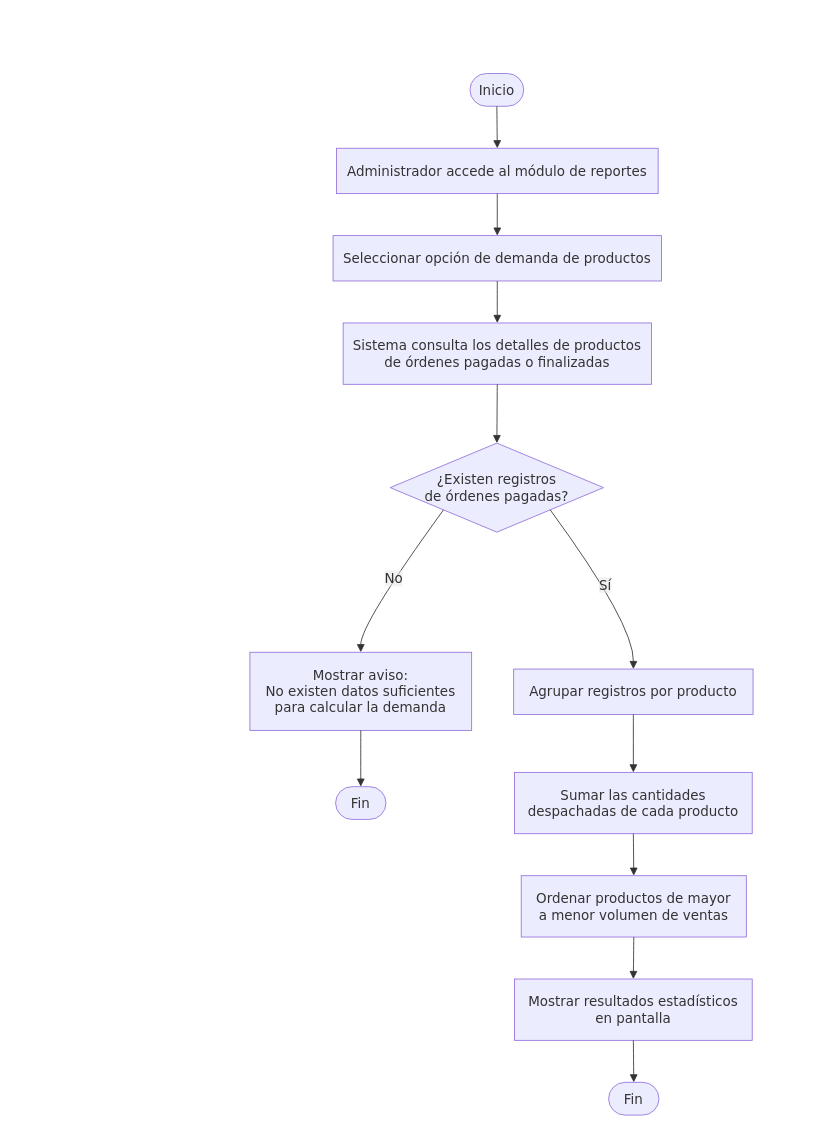
Above: page "RF12" (12 of 14) of documentacion/Diagramas/Diagramas Casos de Uso.drawio in CanelaFeliz/ProyectoPPI115 (draw.io), before the change. Source tidied: cells renumbered, new cells numbered last; positions are measured from the earlier drawing's top-left corner, leaving out a move shared by most shapes. Both pictures are drawn from the tidied source at 84%, with x=0, y=0 at pixel (14, 14).
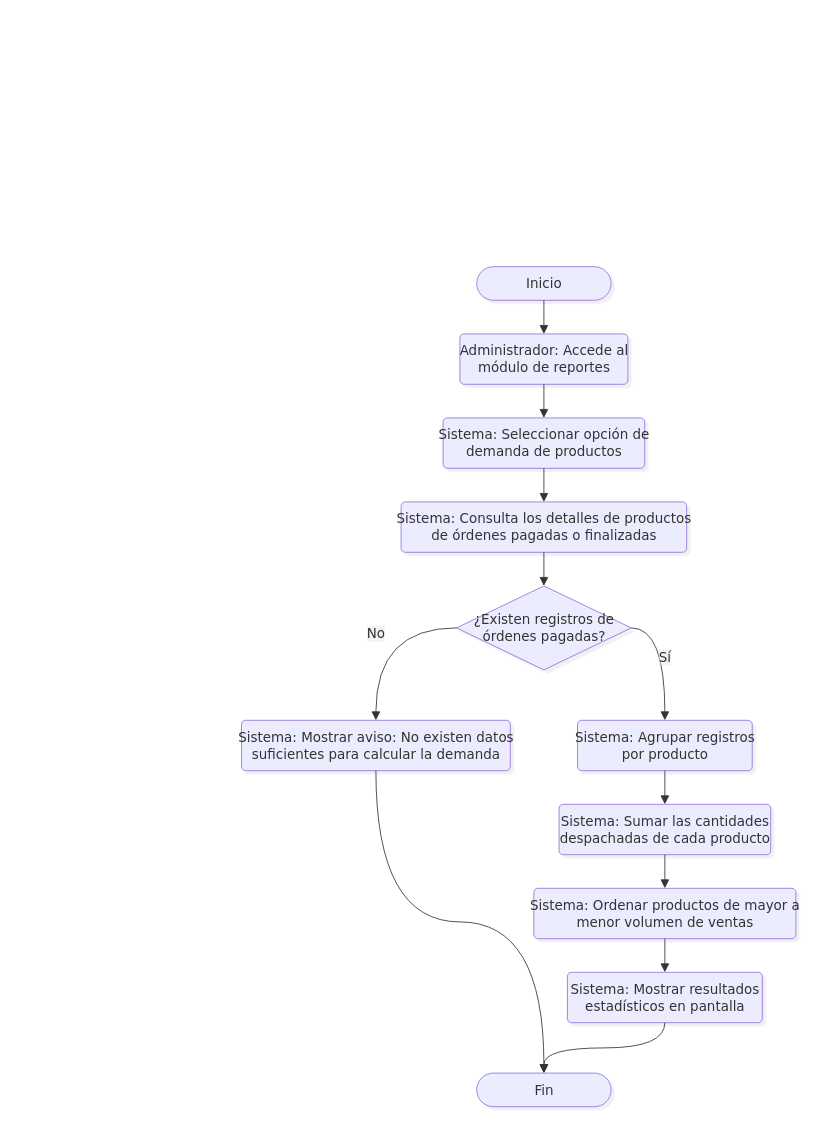
Above is the later version.

Unchanged cells that the change refers to:
```xml
<mxCell id="2" style="group;transparentBounds=1;editIcon=1;lockedGroup=0;groupPadding=10;" parent="1" vertex="1">
  <mxGeometry as="geometry" />
</mxCell>
```

What changed in the source:
```diff
@@
-    <mxCell id="3" value="Inicio" style="html=1;rounded=1;whiteSpace=wrap;arcSize=50;strokeWidth=1;fillColor=light-dark(#ECECFF,#1f2020);strokeColor=light-dark(#9370DB,#cccccc);fontColor=light-dark(#333333,#cccccc);fontFamily=Trebuchet MS,Verdana,Arial,sans-serif;fontSize=16;" parent="2" vertex="1">
-      <mxGeometry x="542" y="70" width="64" height="39" as="geometry" />
+    <mxCell id="3" value="Inicio" style="html=1;rounded=1;arcSize=50;strokeWidth=1;fillColor=light-dark(#ECECFF,#1f2020);strokeColor=light-dark(#9370DB,#cccccc);fontColor=light-dark(#333333,#cccccc);fontFamily=Trebuchet MS,Verdana,Arial,sans-serif;fontSize=16;shadow=1;shadowColor=#000000;shadowOffsetX=4;shadowOffsetY=4;shadowBlur=0;shadowOpacity=6;" parent="2" vertex="1">
+      <mxGeometry x="550" y="300" width="160" height="40" as="geometry" />
     </mxCell>
-    <mxCell id="4" value="Administrador accede al módulo de reportes" style="html=1;whiteSpace=wrap;strokeWidth=1;fillColor=light-dark(#ECECFF,#1f2020);strokeColor=light-dark(#9370DB,#cccccc);fontColor=light-dark(#333333,#cccccc);fontFamily=Trebuchet MS,Verdana,Arial,sans-serif;fontSize=16;" parent="2" vertex="1">
-      <mxGeometry x="383" y="159" width="383" height="54" as="geometry" />
-    </mxCell>
-    <mxCell id="5" value="Seleccionar opción de demanda de productos" style="html=1;whiteSpace=wrap;strokeWidth=1;fillColor=light-dark(#ECECFF,#1f2020);strokeColor=light-dark(#9370DB,#cccccc);fontColor=light-dark(#333333,#cccccc);fontFamily=Trebuchet MS,Verdana,Arial,sans-serif;fontSize=16;" parent="2" vertex="1">
-      <mxGeometry x="379" y="263" width="391" height="54" as="geometry" />
-    </mxCell>
-    <mxCell id="6" value="Sistema consulta los detalles de productos&#10;de órdenes pagadas o finalizadas" style="html=1;whiteSpace=wrap;strokeWidth=1;fillColor=light-dark(#ECECFF,#1f2020);strokeColor=light-dark(#9370DB,#cccccc);fontColor=light-dark(#333333,#cccccc);fontFamily=Trebuchet MS,Verdana,Arial,sans-serif;fontSize=16;" parent="2" vertex="1">
-      <mxGeometry x="391" y="367" width="367" height="73" as="geometry" />
-    </mxCell>
+    <mxCell id="26" value="Administrador: Accede al&lt;br&gt;módulo de reportes" style="rounded=1;absoluteArcSize=1;arcSize=10;html=1;strokeWidth=1;fillColor=light-dark(#ECECFF,#1f2020);strokeColor=light-dark(#9370DB,#cccccc);fontColor=light-dark(#333333,#cccccc);fontFamily=Trebuchet MS,Verdana,Arial,sans-serif;fontSize=16;shadow=1;shadowColor=#000000;shadowOffsetX=4;shadowOffsetY=4;shadowBlur=0;shadowOpacity=6;labelWidth=120;" parent="2" vertex="1">
+      <mxGeometry x="530" y="380" width="200" height="60" as="geometry" />
+    </mxCell>
+    <mxCell id="27" value="Sistema: Seleccionar opción de&lt;br&gt;demanda de productos" style="rounded=1;absoluteArcSize=1;arcSize=10;html=1;strokeWidth=1;fillColor=light-dark(#ECECFF,#1f2020);strokeColor=light-dark(#9370DB,#cccccc);fontColor=light-dark(#333333,#cccccc);fontFamily=Trebuchet MS,Verdana,Arial,sans-serif;fontSize=16;shadow=1;shadowColor=#000000;shadowOffsetX=4;shadowOffsetY=4;shadowBlur=0;shadowOpacity=6;labelWidth=120;" parent="2" vertex="1">
+      <mxGeometry x="510" y="480" width="240" height="60" as="geometry" />
+    </mxCell>
+    <mxCell id="28" value="Sistema: Consulta los detalles de productos&lt;br&gt;de órdenes pagadas o finalizadas" style="rounded=1;absoluteArcSize=1;arcSize=10;html=1;strokeWidth=1;fillColor=light-dark(#ECECFF,#1f2020);strokeColor=light-dark(#9370DB,#cccccc);fontColor=light-dark(#333333,#cccccc);fontFamily=Trebuchet MS,Verdana,Arial,sans-serif;fontSize=16;shadow=1;shadowColor=#000000;shadowOffsetX=4;shadowOffsetY=4;shadowBlur=0;shadowOpacity=6;labelWidth=120;" parent="2" vertex="1">
+      <mxGeometry x="460" y="580" width="340" height="60" as="geometry" />
+    </mxCell>
-    <mxCell id="7" value="¿Existen registros&#10;de órdenes pagadas?" style="rhombus;html=1;strokeWidth=1;whiteSpace=wrap;fillColor=light-dark(#ECECFF,#1f2020);strokeColor=light-dark(#9370DB,#cccccc);fontColor=light-dark(#333333,#cccccc);fontFamily=Trebuchet MS,Verdana,Arial,sans-serif;fontSize=16;" parent="2" vertex="1">
-      <mxGeometry x="447" y="510" width="254" height="106" as="geometry" />
+    <mxCell id="7" value="¿Existen registros de&lt;br&gt;órdenes pagadas?" style="rhombus;html=1;strokeWidth=1;fillColor=light-dark(#ECECFF,#1f2020);strokeColor=light-dark(#9370DB,#cccccc);fontColor=light-dark(#333333,#cccccc);fontFamily=Trebuchet MS,Verdana,Arial,sans-serif;fontSize=16;shadow=1;shadowColor=#000000;shadowOffsetX=4;shadowOffsetY=4;shadowBlur=0;shadowOpacity=6;labelWidth=120;" parent="2" vertex="1">
+      <mxGeometry x="526" y="680" width="208" height="100" as="geometry" />
     </mxCell>
-    <mxCell id="8" value="Mostrar aviso:&#10;No existen datos suficientes&#10;para calcular la demanda" style="html=1;whiteSpace=wrap;strokeWidth=1;fillColor=light-dark(#ECECFF,#1f2020);strokeColor=light-dark(#9370DB,#cccccc);fontColor=light-dark(#333333,#cccccc);fontFamily=Trebuchet MS,Verdana,Arial,sans-serif;fontSize=16;" parent="2" vertex="1">
-      <mxGeometry x="280" y="759" width="264" height="93" as="geometry" />
-    </mxCell>
-    <mxCell id="9" value="Fin" style="html=1;rounded=1;whiteSpace=wrap;arcSize=50;strokeWidth=1;fillColor=light-dark(#ECECFF,#1f2020);strokeColor=light-dark(#9370DB,#cccccc);fontColor=light-dark(#333333,#cccccc);fontFamily=Trebuchet MS,Verdana,Arial,sans-serif;fontSize=16;" parent="2" vertex="1">
-      <mxGeometry x="382" y="919" width="60" height="39" as="geometry" />
-    </mxCell>
-    <mxCell id="10" value="Agrupar registros por producto" style="html=1;whiteSpace=wrap;strokeWidth=1;fillColor=light-dark(#ECECFF,#1f2020);strokeColor=light-dark(#9370DB,#cccccc);fontColor=light-dark(#333333,#cccccc);fontFamily=Trebuchet MS,Verdana,Arial,sans-serif;fontSize=16;" parent="2" vertex="1">
-      <mxGeometry x="594" y="779" width="285" height="54" as="geometry" />
-    </mxCell>
-    <mxCell id="11" value="Sumar las cantidades&#10;despachadas de cada producto" style="html=1;whiteSpace=wrap;strokeWidth=1;fillColor=light-dark(#ECECFF,#1f2020);strokeColor=light-dark(#9370DB,#cccccc);fontColor=light-dark(#333333,#cccccc);fontFamily=Trebuchet MS,Verdana,Arial,sans-serif;fontSize=16;" parent="2" vertex="1">
-      <mxGeometry x="595" y="902" width="283" height="73" as="geometry" />
-    </mxCell>
-    <mxCell id="12" value="Ordenar productos de mayor&#10;a menor volumen de ventas" style="html=1;whiteSpace=wrap;strokeWidth=1;fillColor=light-dark(#ECECFF,#1f2020);strokeColor=light-dark(#9370DB,#cccccc);fontColor=light-dark(#333333,#cccccc);fontFamily=Trebuchet MS,Verdana,Arial,sans-serif;fontSize=16;" parent="2" vertex="1">
-      <mxGeometry x="603" y="1025" width="268" height="73" as="geometry" />
-    </mxCell>
-    <mxCell id="13" value="Mostrar resultados estadísticos&#10;en pantalla" style="html=1;whiteSpace=wrap;strokeWidth=1;fillColor=light-dark(#ECECFF,#1f2020);strokeColor=light-dark(#9370DB,#cccccc);fontColor=light-dark(#333333,#cccccc);fontFamily=Trebuchet MS,Verdana,Arial,sans-serif;fontSize=16;" parent="2" vertex="1">
-      <mxGeometry x="595" y="1148" width="283" height="73" as="geometry" />
-    </mxCell>
-    <mxCell id="14" value="Fin" style="html=1;rounded=1;whiteSpace=wrap;arcSize=50;strokeWidth=1;fillColor=light-dark(#ECECFF,#1f2020);strokeColor=light-dark(#9370DB,#cccccc);fontColor=light-dark(#333333,#cccccc);fontFamily=Trebuchet MS,Verdana,Arial,sans-serif;fontSize=16;" parent="2" vertex="1">
-      <mxGeometry x="707" y="1271" width="60" height="39" as="geometry" />
-    </mxCell>
-    <mxCell id="15" style="curved=1;startArrow=none;endArrow=block;endSize=7;strokeColor=light-dark(#333333,#cccccc);exitX=0.5;exitY=1;entryX=0.5;entryY=0;rounded=0;" parent="2" edge="1" source="3" target="4">
-      <mxGeometry relative="1" as="geometry" />
-    </mxCell>
-    <mxCell id="16" style="curved=1;startArrow=none;endArrow=block;endSize=7;strokeColor=light-dark(#333333,#cccccc);exitX=0.5;exitY=1;entryX=0.5;entryY=0;rounded=0;" parent="2" edge="1" source="4" target="5">
-      <mxGeometry relative="1" as="geometry" />
-    </mxCell>
-    <mxCell id="17" style="curved=1;startArrow=none;endArrow=block;endSize=7;strokeColor=light-dark(#333333,#cccccc);exitX=0.5;exitY=1;entryX=0.5;entryY=0;rounded=0;" parent="2" edge="1" source="5" target="6">
-      <mxGeometry relative="1" as="geometry" />
-    </mxCell>
-    <mxCell id="18" style="curved=1;startArrow=none;endArrow=block;endSize=7;strokeColor=light-dark(#333333,#cccccc);exitX=0.5;exitY=1;entryX=0.5;entryY=0;rounded=0;" parent="2" edge="1" source="6" target="7">
-      <mxGeometry relative="1" as="geometry" />
-    </mxCell>
+    <mxCell id="29" value="Sistema: Mostrar aviso: No existen datos&lt;br&gt;suficientes para calcular la demanda" style="rounded=1;absoluteArcSize=1;arcSize=10;html=1;strokeWidth=1;fillColor=light-dark(#ECECFF,#1f2020);strokeColor=light-dark(#9370DB,#cccccc);fontColor=light-dark(#333333,#cccccc);fontFamily=Trebuchet MS,Verdana,Arial,sans-serif;fontSize=16;shadow=1;shadowColor=#000000;shadowOffsetX=4;shadowOffsetY=4;shadowBlur=0;shadowOpacity=6;labelWidth=120;" parent="2" vertex="1">
+      <mxGeometry x="270" y="840" width="320" height="60" as="geometry" />
+    </mxCell>
+    <mxCell id="30" value="Fin" style="html=1;rounded=1;arcSize=50;strokeWidth=1;fillColor=light-dark(#ECECFF,#1f2020);strokeColor=light-dark(#9370DB,#cccccc);fontColor=light-dark(#333333,#cccccc);fontFamily=Trebuchet MS,Verdana,Arial,sans-serif;fontSize=16;shadow=1;shadowColor=#000000;shadowOffsetX=4;shadowOffsetY=4;shadowBlur=0;shadowOpacity=6;" parent="2" vertex="1">
+      <mxGeometry x="550" y="1260" width="160" height="40" as="geometry" />
+    </mxCell>
+    <mxCell id="31" value="Sistema: Agrupar registros&lt;br&gt;por producto" style="rounded=1;absoluteArcSize=1;arcSize=10;html=1;strokeWidth=1;fillColor=light-dark(#ECECFF,#1f2020);strokeColor=light-dark(#9370DB,#cccccc);fontColor=light-dark(#333333,#cccccc);fontFamily=Trebuchet MS,Verdana,Arial,sans-serif;fontSize=16;shadow=1;shadowColor=#000000;shadowOffsetX=4;shadowOffsetY=4;shadowBlur=0;shadowOpacity=6;labelWidth=120;" parent="2" vertex="1">
+      <mxGeometry x="670" y="840" width="208" height="60" as="geometry" />
+    </mxCell>
+    <mxCell id="32" value="Sistema: Sumar las cantidades&lt;br&gt;despachadas de cada producto" style="rounded=1;absoluteArcSize=1;arcSize=10;html=1;strokeWidth=1;fillColor=light-dark(#ECECFF,#1f2020);strokeColor=light-dark(#9370DB,#cccccc);fontColor=light-dark(#333333,#cccccc);fontFamily=Trebuchet MS,Verdana,Arial,sans-serif;fontSize=16;shadow=1;shadowColor=#000000;shadowOffsetX=4;shadowOffsetY=4;shadowBlur=0;shadowOpacity=6;labelWidth=120;" parent="2" vertex="1">
+      <mxGeometry x="648" y="940" width="252" height="60" as="geometry" />
+    </mxCell>
+    <mxCell id="33" value="Sistema: Ordenar productos de mayor a&lt;br&gt;menor volumen de ventas" style="rounded=1;absoluteArcSize=1;arcSize=10;html=1;strokeWidth=1;fillColor=light-dark(#ECECFF,#1f2020);strokeColor=light-dark(#9370DB,#cccccc);fontColor=light-dark(#333333,#cccccc);fontFamily=Trebuchet MS,Verdana,Arial,sans-serif;fontSize=16;shadow=1;shadowColor=#000000;shadowOffsetX=4;shadowOffsetY=4;shadowBlur=0;shadowOpacity=6;labelWidth=120;" parent="2" vertex="1">
+      <mxGeometry x="618" y="1040" width="312" height="60" as="geometry" />
+    </mxCell>
+    <mxCell id="34" value="Sistema: Mostrar resultados&lt;br&gt;estadísticos en pantalla" style="rounded=1;absoluteArcSize=1;arcSize=10;html=1;strokeWidth=1;fillColor=light-dark(#ECECFF,#1f2020);strokeColor=light-dark(#9370DB,#cccccc);fontColor=light-dark(#333333,#cccccc);fontFamily=Trebuchet MS,Verdana,Arial,sans-serif;fontSize=16;shadow=1;shadowColor=#000000;shadowOffsetX=4;shadowOffsetY=4;shadowBlur=0;shadowOpacity=6;labelWidth=120;" parent="2" vertex="1">
+      <mxGeometry x="658" y="1140" width="232" height="60" as="geometry" />
+    </mxCell>
+    <mxCell id="35" style="curved=1;startArrow=none;endArrow=block;endSize=8;strokeColor=light-dark(#333333,#cccccc);exitX=0.5;exitY=1;entryX=0.5;entryY=0;targetPerimeterSpacing=4;rounded=0;" parent="2" edge="1" source="3" target="26">
+      <mxGeometry relative="1" as="geometry" />
+    </mxCell>
+    <mxCell id="36" style="curved=1;startArrow=none;endArrow=block;endSize=8;strokeColor=light-dark(#333333,#cccccc);exitX=0.5;exitY=1;entryX=0.5;entryY=0;targetPerimeterSpacing=4;rounded=0;" parent="2" edge="1" source="26" target="27">
+      <mxGeometry relative="1" as="geometry" />
+    </mxCell>
+    <mxCell id="37" style="curved=1;startArrow=none;endArrow=block;endSize=8;strokeColor=light-dark(#333333,#cccccc);exitX=0.5;exitY=1;entryX=0.5;entryY=0;targetPerimeterSpacing=4;rounded=0;" parent="2" edge="1" source="27" target="28">
+      <mxGeometry relative="1" as="geometry" />
+    </mxCell>
+    <mxCell id="38" style="curved=1;startArrow=none;endArrow=block;endSize=8;strokeColor=light-dark(#333333,#cccccc);exitX=0.5;exitY=1;entryX=0.5;entryY=0;targetPerimeterSpacing=4;rounded=0;" parent="2" edge="1" source="28" target="7">
+      <mxGeometry relative="1" as="geometry" />
+    </mxCell>
-    <mxCell id="19" value="No" style="curved=1;startArrow=none;endArrow=block;endSize=7;strokeColor=light-dark(#333333,#cccccc);html=1;fontSize=16;labelBackgroundColor=light-dark(#E8E8E88D,#2a2a2a8D);fontFamily=Trebuchet MS,Verdana,Arial,sans-serif;fontColor=light-dark(#333333,#cccccc);exitX=0;exitY=1;entryX=0.5;entryY=0;rounded=0;" parent="2" edge="1" source="7" target="8">
-      <mxGeometry relative="1" as="geometry">
-        <Array as="points">
-          <mxPoint x="412" y="725" />
-        </Array>
-      </mxGeometry>
+    <mxCell id="19" value="No" style="curved=1;startArrow=none;endArrow=block;endSize=8;strokeColor=light-dark(#333333,#cccccc);html=1;fontSize=16;labelBackgroundColor=light-dark(#E8E8E88D,#2a2a2a8D);fontFamily=Trebuchet MS,Verdana,Arial,sans-serif;fontColor=light-dark(#333333,#cccccc);exitX=0;exitY=0.5;entryX=0.5;entryY=0;targetPerimeterSpacing=4;rounded=0;exitDx=0;exitDy=0;edgeStyle=orthogonalEdgeStyle;curveGeometry=1;" parent="2" edge="1" source="7" target="29">
+      <mxGeometry relative="1" as="geometry" />
     </mxCell>
-    <mxCell id="20" style="curved=1;startArrow=none;endArrow=block;endSize=7;strokeColor=light-dark(#333333,#cccccc);exitX=0.5;exitY=1;entryX=0.5;entryY=0;rounded=0;" parent="2" edge="1" source="8" target="9">
-      <mxGeometry relative="1" as="geometry" />
-    </mxCell>
+    <mxCell id="39" style="curved=1;startArrow=none;endArrow=block;endSize=8;strokeColor=light-dark(#333333,#cccccc);exitX=0.5;exitY=1;entryX=0.5;entryY=0;targetPerimeterSpacing=4;rounded=0;edgeStyle=orthogonalEdgeStyle;curveGeometry=1;" parent="2" edge="1" source="29" target="30">
+      <mxGeometry relative="1" as="geometry" />
+    </mxCell>
-    <mxCell id="21" value="Sí" style="curved=1;startArrow=none;endArrow=block;endSize=7;strokeColor=light-dark(#333333,#cccccc);html=1;fontSize=16;labelBackgroundColor=light-dark(#E8E8E88D,#2a2a2a8D);fontFamily=Trebuchet MS,Verdana,Arial,sans-serif;fontColor=light-dark(#333333,#cccccc);exitX=1;exitY=1;entryX=0.5;entryY=0;rounded=0;" parent="2" edge="1" source="7" target="10">
-      <mxGeometry relative="1" as="geometry">
-        <Array as="points">
-          <mxPoint x="737" y="725" />
-        </Array>
-      </mxGeometry>
+    <mxCell id="21" value="Sí" style="curved=1;startArrow=none;endArrow=block;endSize=8;strokeColor=light-dark(#333333,#cccccc);html=1;fontSize=16;labelBackgroundColor=light-dark(#E8E8E88D,#2a2a2a8D);fontFamily=Trebuchet MS,Verdana,Arial,sans-serif;fontColor=light-dark(#333333,#cccccc);exitX=1;exitY=0.5;entryX=0.5;entryY=0;targetPerimeterSpacing=4;rounded=0;exitDx=0;exitDy=0;edgeStyle=orthogonalEdgeStyle;curveGeometry=1;" parent="2" edge="1" source="7" target="31">
+      <mxGeometry relative="1" as="geometry" />
     </mxCell>
-    <mxCell id="22" style="curved=1;startArrow=none;endArrow=block;endSize=7;strokeColor=light-dark(#333333,#cccccc);exitX=0.5;exitY=1;entryX=0.5;entryY=0;rounded=0;" parent="2" edge="1" source="10" target="11">
-      <mxGeometry relative="1" as="geometry" />
-    </mxCell>
-    <mxCell id="23" style="curved=1;startArrow=none;endArrow=block;endSize=7;strokeColor=light-dark(#333333,#cccccc);exitX=0.5;exitY=1;entryX=0.5;entryY=0;rounded=0;" parent="2" edge="1" source="11" target="12">
-      <mxGeometry relative="1" as="geometry" />
-    </mxCell>
-    <mxCell id="24" style="curved=1;startArrow=none;endArrow=block;endSize=7;strokeColor=light-dark(#333333,#cccccc);exitX=0.5;exitY=1;entryX=0.5;entryY=0;rounded=0;" parent="2" edge="1" source="12" target="13">
-      <mxGeometry relative="1" as="geometry" />
-    </mxCell>
-    <mxCell id="25" style="curved=1;startArrow=none;endArrow=block;endSize=7;strokeColor=light-dark(#333333,#cccccc);exitX=0.5;exitY=1;entryX=0.5;entryY=0;rounded=0;" parent="2" edge="1" source="13" target="14">
-      <mxGeometry relative="1" as="geometry" />
-    </mxCell>
+    <mxCell id="40" style="curved=1;startArrow=none;endArrow=block;endSize=8;strokeColor=light-dark(#333333,#cccccc);exitX=0.5;exitY=1;entryX=0.5;entryY=0;targetPerimeterSpacing=4;rounded=0;" parent="2" edge="1" source="31" target="32">
+      <mxGeometry relative="1" as="geometry" />
+    </mxCell>
+    <mxCell id="41" style="curved=1;startArrow=none;endArrow=block;endSize=8;strokeColor=light-dark(#333333,#cccccc);exitX=0.5;exitY=1;entryX=0.5;entryY=0;targetPerimeterSpacing=4;rounded=0;" parent="2" edge="1" source="32" target="33">
+      <mxGeometry relative="1" as="geometry" />
+    </mxCell>
+    <mxCell id="42" style="curved=1;startArrow=none;endArrow=block;endSize=8;strokeColor=light-dark(#333333,#cccccc);exitX=0.5;exitY=1;entryX=0.5;entryY=0;targetPerimeterSpacing=4;rounded=0;" parent="2" edge="1" source="33" target="34">
+      <mxGeometry relative="1" as="geometry" />
+    </mxCell>
+    <mxCell id="43" style="curved=1;startArrow=none;endArrow=block;endSize=8;strokeColor=light-dark(#333333,#cccccc);exitX=0.5;exitY=1;entryX=0.5;entryY=0;targetPerimeterSpacing=4;rounded=0;entryDx=0;entryDy=0;edgeStyle=orthogonalEdgeStyle;curveGeometry=1;" parent="2" edge="1" source="34" target="30">
+      <mxGeometry relative="1" as="geometry" />
+    </mxCell>
```
